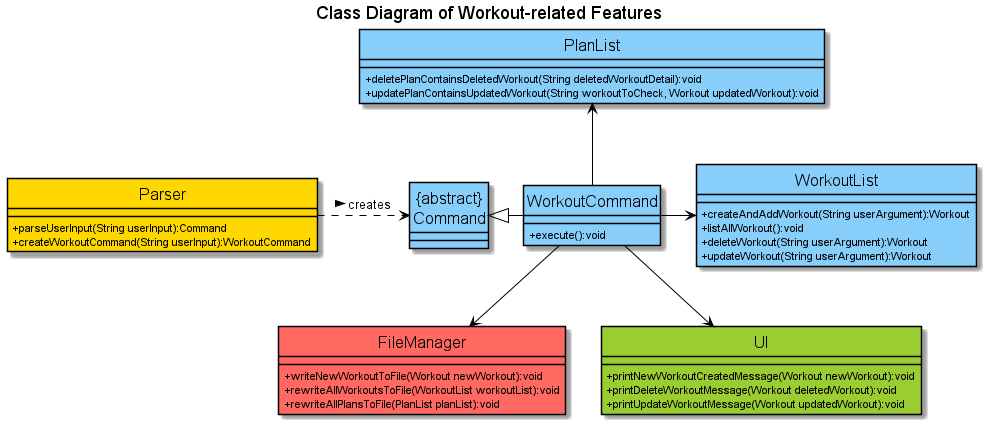
Above: docs/uml/classDiagrams/images/workoutRelatedFeatures.png in nus-cs2113-AY2122S2/tp (PlantUML), before the change.
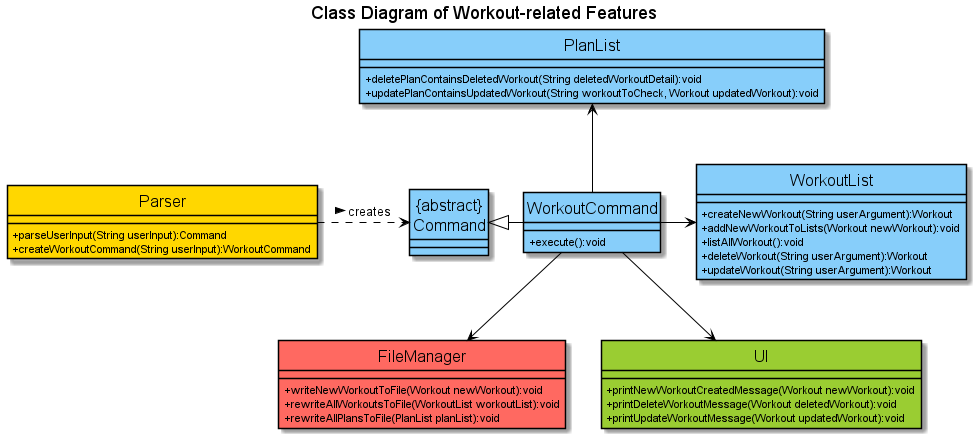
Above is the later version.

Commit message:
Modify logic component SD and workout-related features class diagram

The edit, as a diff of the source:
```diff
@@ -31,7 +31,8 @@
 }
 
 class WorkoutList COLOR_LOGIC {
-+ createAndAddWorkout(String userArgument):Workout
++ createNewWorkout(String userArgument):Workout
++ addNewWorkoutToLists(Workout newWorkout):void
 + listAllWorkout():void
 + deleteWorkout(String userArgument):Workout
 + updateWorkout(String userArgument):Workout
```
